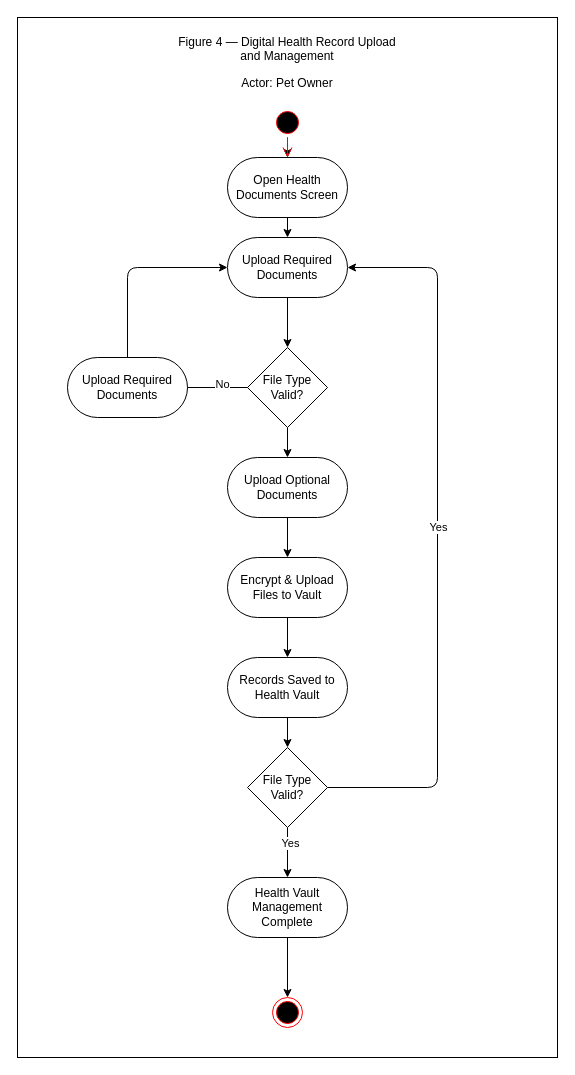
This is ActivityDiagram_Figure4_USALLA.drawio from Chels013/Breedr-Diagrams, a draw.io file, before an edit. Source tidied: cells renumbered, new cells numbered last; positions are measured from the earlier drawing's top-left corner, leaving out a move shared by most shapes. Both pictures are drawn from the tidied source at 100%, with x=0, y=0 at pixel (17, 17).
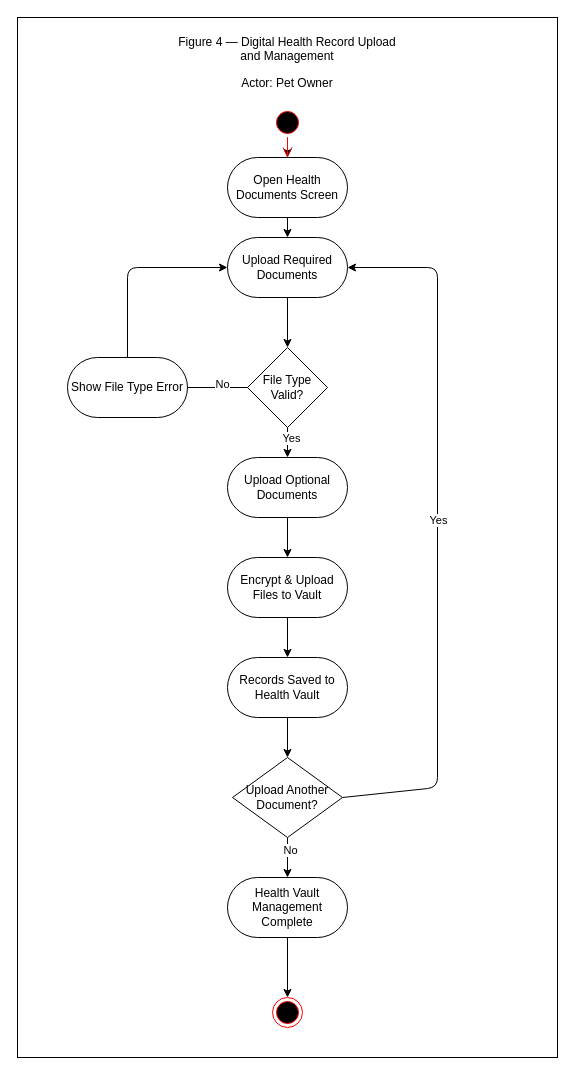
The same page after the edit.

The change refers to these unchanged cells:
```xml
<mxCell id="12" style="edgeStyle=none;html=1;entryX=0.5;entryY=0;entryDx=0;entryDy=0;" parent="1" edge="1" source="13" target="15">
  <mxGeometry relative="1" as="geometry" />
</mxCell>
<mxCell id="26" style="edgeStyle=none;html=1;entryX=0.5;entryY=0;entryDx=0;entryDy=0;" parent="1" edge="1" source="28" target="30">
  <mxGeometry relative="1" as="geometry" />
</mxCell>
```

The edit, as a diff of the source:
```diff
@@
+    <mxCell id="31" value="Yes" style="edgeLabel;html=1;align=center;verticalAlign=middle;" parent="12" vertex="1">
+      <mxGeometry x="-0.36" y="3" relative="1" as="geometry" />
+    </mxCell>
@@
-    <mxCell id="21" value="&lt;p&gt;Upload Required Documents&lt;/p&gt;" style="rounded=1;whiteSpace=wrap;html=1;arcSize=50;" parent="1" vertex="1">
+    <mxCell id="21" value="&lt;p&gt;Show File Type Error&lt;/p&gt;" style="rounded=1;whiteSpace=wrap;html=1;arcSize=50;" parent="1" vertex="1">
       <mxGeometry x="50" y="340" width="120" height="60" as="geometry" />
     </mxCell>
@@
-    <mxCell id="27" value="Yes" style="edgeLabel;html=1;align=center;verticalAlign=middle;" parent="26" vertex="1">
+    <mxCell id="27" value="No" style="edgeLabel;html=1;align=center;verticalAlign=middle;" parent="26" vertex="1">
       <mxGeometry x="-0.4" y="2" relative="1" as="geometry" />
     </mxCell>
-    <mxCell id="28" value="&lt;p&gt;File Type Valid?&lt;/p&gt;" style="rhombus;whiteSpace=wrap;html=1;" parent="1" vertex="1">
-      <mxGeometry x="230" y="730" width="80" height="80" as="geometry" />
+    <mxCell id="28" value="&lt;p&gt;Upload Another Document?&lt;/p&gt;" style="rhombus;whiteSpace=wrap;html=1;" parent="1" vertex="1">
+      <mxGeometry x="215" y="740" width="110" height="80" as="geometry" />
     </mxCell>
```
